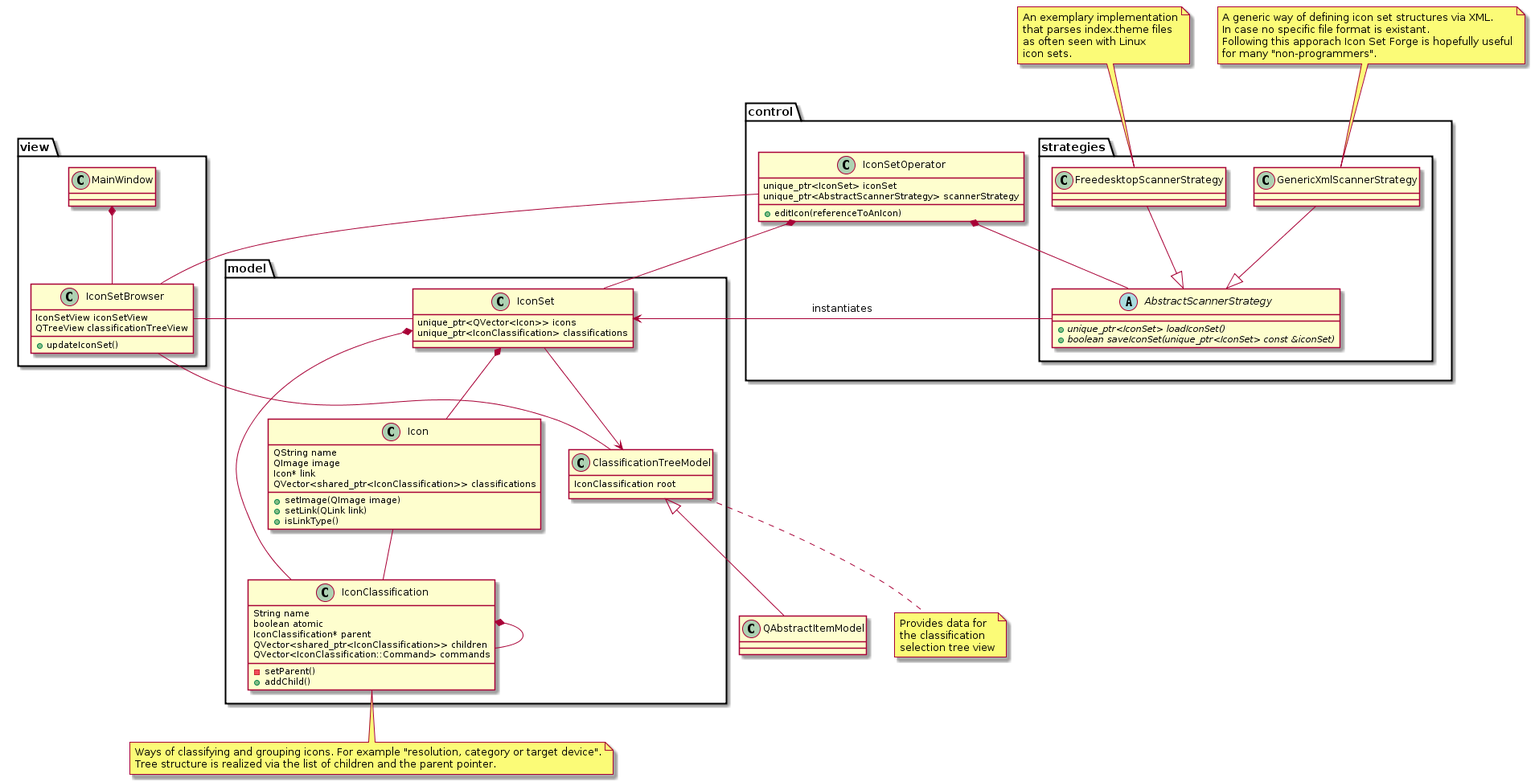
This is Concept/UML/classes.png from Manuel-Kehl/Icon-Set-Forge, a PlantUML export, as it was before one commit.
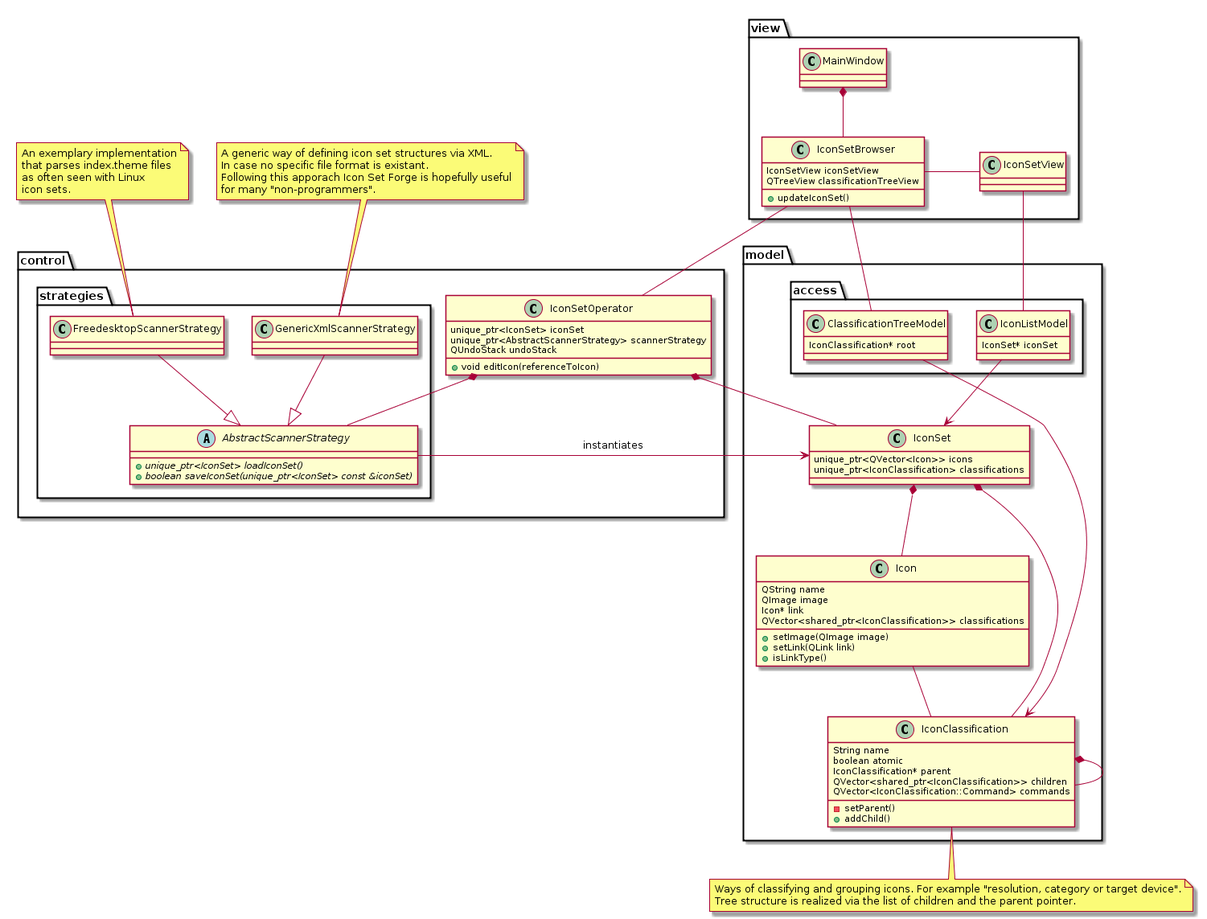
Later version of the same file.

Commit message:
Updated the class diagram. Should be a good orientation for implementing the next steps.

What changed in the source:
```diff
@@ -4,7 +4,8 @@
 	class IconSetOperator {
 		unique_ptr<IconSet> iconSet
 		unique_ptr<AbstractScannerStrategy> scannerStrategy
-		+editIcon(referenceToAnIcon)
+		QUndoStack undoStack
+		+ void editIcon(referenceToIcon)
 	}
 
 	package strategies {
@@ -18,13 +19,16 @@
 }
 
 package view {
+	class MainWindow {
+	}
+
 	class IconSetBrowser {
 		IconSetView iconSetView
 		QTreeView	classificationTreeView
 		+ updateIconSet()
 	}
 
-	class MainWindow {
+	class IconSetView {
 	}
 }
 
@@ -54,21 +58,28 @@
 		+isLinkType()
 	}
 
-	class ClassificationTreeModel {
-		IconClassification root
+	package access {
+		class ClassificationTreeModel {
+				IconClassification* root
+			}
+
+		class IconListModel {
+			IconSet* iconSet
+		}
 	}
 }
 
-ClassificationTreeModel <|- QAbstractItemModel
 Icon -- IconClassification
 IconSet *-- Icon
 IconSet *-- IconClassification
 IconSet <-- AbstractScannerStrategy : instantiates
-IconSet --> ClassificationTreeModel
+ClassificationTreeModel --> IconClassification
+IconListModel --> IconSet
 IconClassification *-- IconClassification
 MainWindow *-- IconSetBrowser
-IconSetBrowser -- IconSet
+IconSetView -- IconListModel
 IconSetBrowser -- ClassificationTreeModel
+IconSetView - IconSetBrowser
 IconSetOperator *-- IconSet
 IconSetOperator *-- AbstractScannerStrategy
 IconSetOperator -- IconSetBrowser
@@ -79,6 +90,4 @@
 
 note top of GenericXmlScannerStrategy: A generic way of defining icon set structures via XML.\nIn case no specific file format is existant.\nFollowing this apporach Icon Set Forge is hopefully useful\nfor many "non-programmers".
 
-note right of ClassificationTreeModel: Provides data for\nthe classification\nselection tree view
-
 @enduml
```
